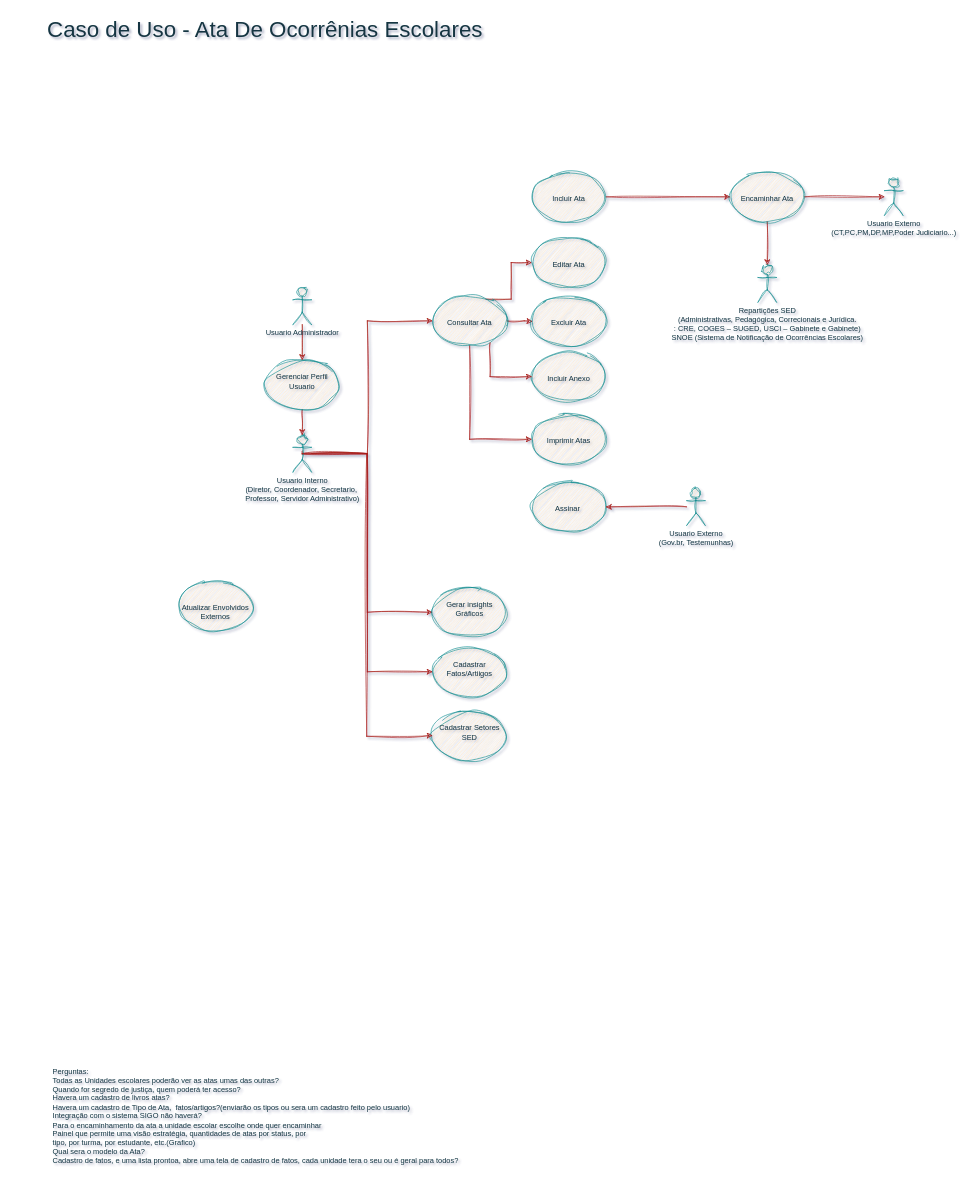
Regis-Dias/Ata_Digital keeps this draw.io diagram as Ata.drawio. Above is the earlier version. Source tidied: cells renumbered, new cells numbered last; positions are measured from the earlier drawing's top-left corner, leaving out a move shared by most shapes. Both pictures are drawn from the tidied source at 62%, with x=0, y=0 at pixel (11, 11).
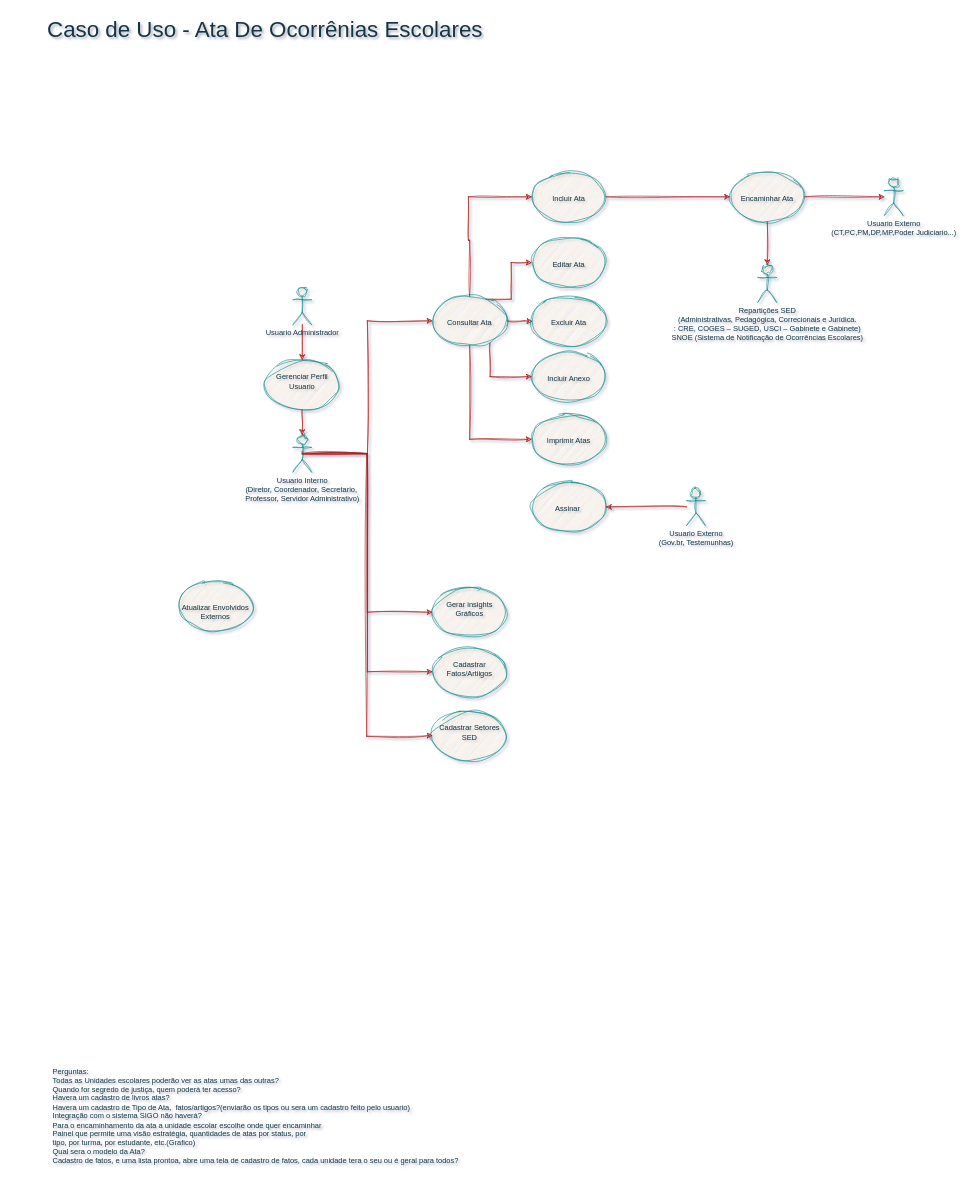
The same diagram, later.

Commit message:
Actualizar Ata 03.drawio

Unchanged cells that the change refers to:
```xml
<mxCell id="11" value="&lt;div&gt;&lt;br&gt;&lt;/div&gt;&lt;div&gt;&lt;br&gt;&lt;/div&gt;Consultar Ata&lt;div&gt;&lt;/div&gt;" style="ellipse;whiteSpace=wrap;html=1;strokeColor=#0F8B8D;align=center;verticalAlign=top;fontFamily=Helvetica;fontSize=12;fontColor=#143642;fillColor=#FAE5C7;labelBackgroundColor=none;sketch=1;curveFitting=1;jiggle=2;" parent="1" vertex="1">
  <mxGeometry x="680" y="460" width="120" height="80" as="geometry" />
</mxCell>
<mxCell id="33" value="&lt;div&gt;&lt;br&gt;&lt;/div&gt;&lt;div&gt;&lt;br&gt;&lt;/div&gt;&lt;div&gt;Incluir Ata&lt;/div&gt;&lt;div&gt;&lt;/div&gt;&lt;div&gt;&lt;/div&gt;" style="ellipse;whiteSpace=wrap;html=1;strokeColor=#0F8B8D;align=center;verticalAlign=top;fontFamily=Helvetica;fontSize=12;fontColor=#143642;fillColor=#FAE5C7;labelBackgroundColor=none;sketch=1;curveFitting=1;jiggle=2;" parent="1" vertex="1">
  <mxGeometry x="840" y="260" width="120" height="80" as="geometry" />
</mxCell>
```

The edit, as a diff of the source:
```diff
@@
+    <mxCell id="36" style="edgeStyle=orthogonalEdgeStyle;rounded=0;jettySize=auto;html=1;fontFamily=Helvetica;fontSize=12;fontColor=default;labelBackgroundColor=none;strokeColor=#A8201A;sketch=1;curveFitting=1;jiggle=2;entryX=0;entryY=0.5;entryDx=0;entryDy=0;exitX=0.5;exitY=0.006;exitDx=0;exitDy=0;exitPerimeter=0;" parent="1" edge="1" source="11" target="33">
+      <mxGeometry relative="1" as="geometry">
+        <Array as="points">
+          <mxPoint x="740" y="370" />
+          <mxPoint x="738" y="370" />
+          <mxPoint x="738" y="300" />
+        </Array>
+      </mxGeometry>
+    </mxCell>
```
